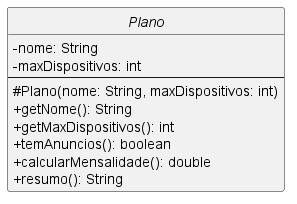
Earlier version of the PlantUML export docs/contracts/Plano.png (viictor-h-amaral/FaculBCC). Source of this version:
```plantuml
@startuml
skinparam classAttributeIconSize 0
hide circle

abstract class Plano {
  -nome: String
  -maxDispositivos: int
  --
  #Plano(nome: String, maxDispositivos: int)
  +getNome(): String
  +getMaxDispositivos(): int
  +temAnuncios(): boolean
  +calcularMensalidade(): double
  +resumo(): String
}

@enduml
```
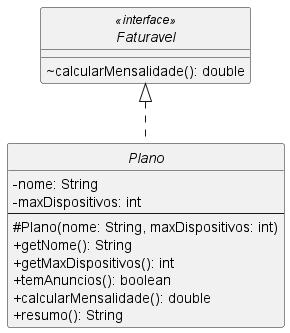
Above is the later version.

The edit, as a diff of the source:
```diff
@@ -2,7 +2,11 @@
 skinparam classAttributeIconSize 0
 hide circle
 
-abstract class Plano {
+interface Faturavel <<interface>> {
+  ~calcularMensalidade(): double
+}
+
+abstract class Plano implements Faturavel {
   -nome: String
   -maxDispositivos: int
   --
```
